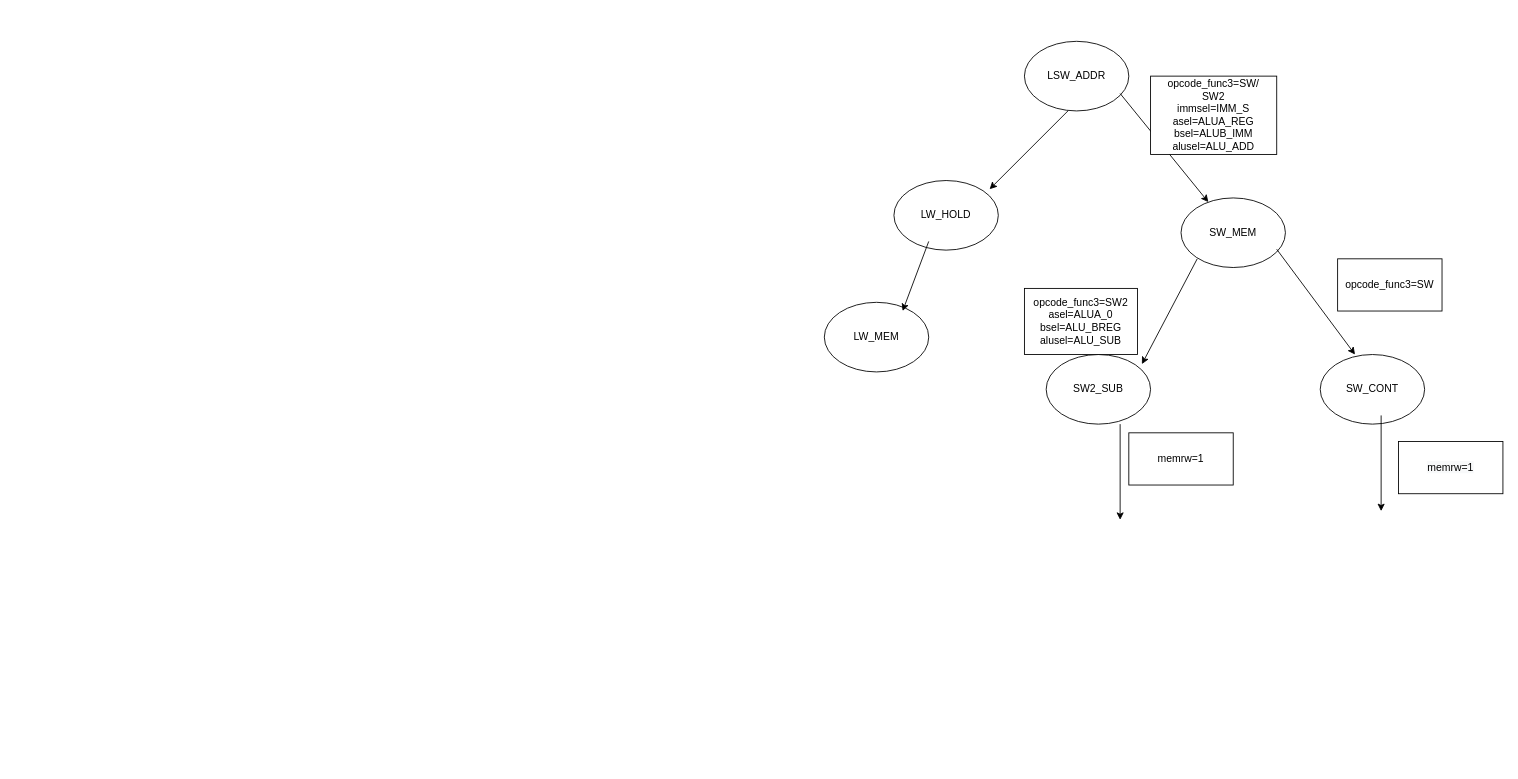
This is Sim3.drawio from yonib98/Sim3, a draw.io file, before an edit. Source tidied: cells renumbered, new cells numbered last; positions are measured from the earlier drawing's top-left corner, leaving out a move shared by most shapes. Both pictures are drawn from the tidied source at 87%, with x=0, y=0 at pixel (824, 41).
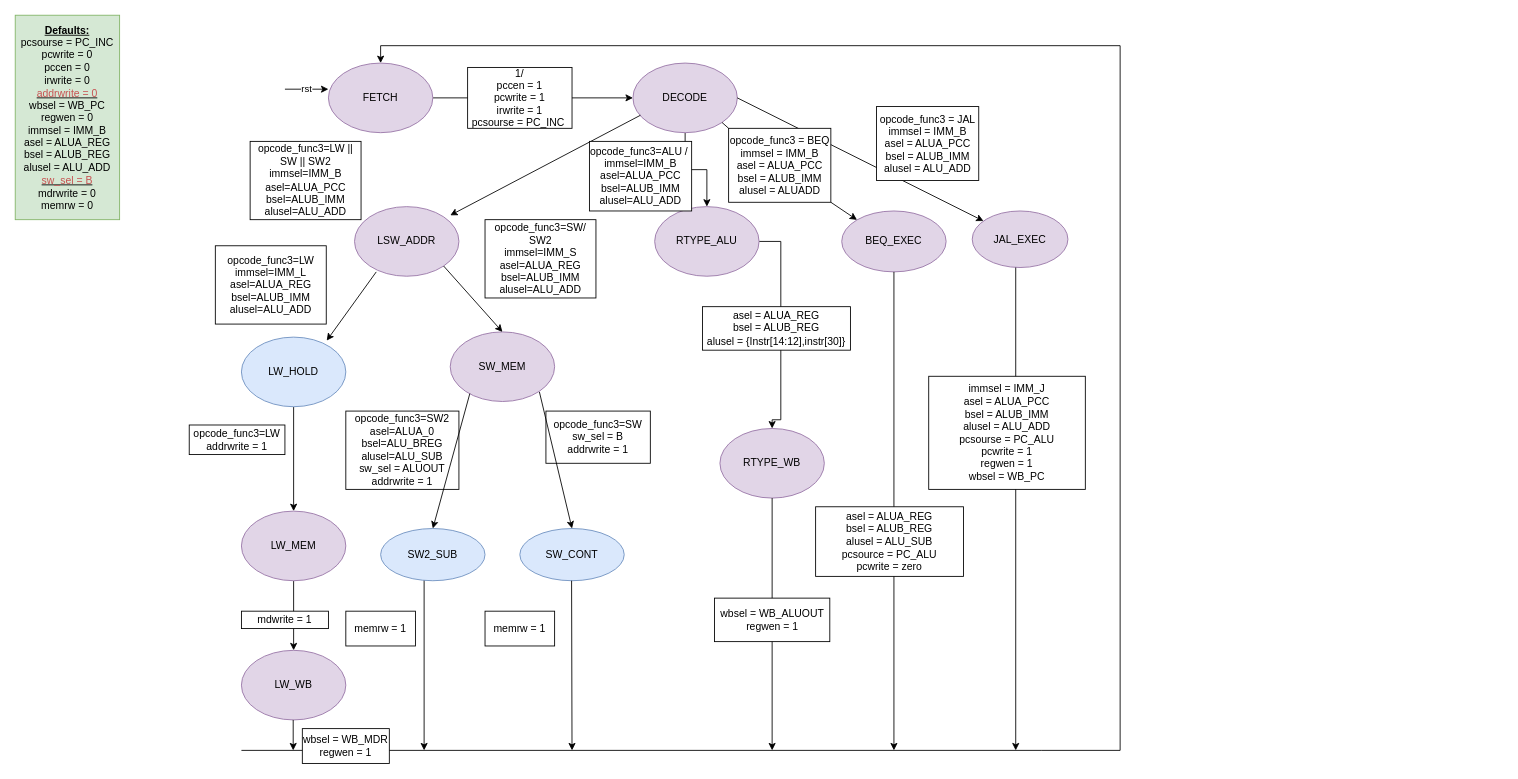
After the change.

What changed in the source:
```diff
@@
-    <mxCell id="2" value="LSW_ADDR" style="ellipse;whiteSpace=wrap;html=1;" parent="1" vertex="1">
-      <mxGeometry x="230" width="120" height="80" as="geometry" />
+    <mxCell id="2" value="LSW_ADDR" style="ellipse;whiteSpace=wrap;html=1;fillColor=#e1d5e7;strokeColor=#9673a6;" parent="1" vertex="1">
+      <mxGeometry x="-540" y="190" width="120" height="80" as="geometry" />
     </mxCell>
-    <mxCell id="3" style="endArrow=classic;html=1;rounded=0;" parent="1" edge="1" target="5">
-      <mxGeometry relative="1" as="geometry">
-        <mxPoint x="340" y="60" as="sourcePoint" />
-      </mxGeometry>
-    </mxCell>
-    <mxCell id="4" style="endArrow=classic;html=1;rounded=0;" parent="1" edge="1">
-      <mxGeometry relative="1" as="geometry">
-        <mxPoint x="280" y="80" as="sourcePoint" />
-        <mxPoint x="190" y="170" as="targetPoint" />
-      </mxGeometry>
+    <mxCell id="4" style="endArrow=classic;html=1;rounded=0;exitX=0.208;exitY=0.938;exitDx=0;exitDy=0;exitPerimeter=0;entryX=0.817;entryY=0.05;entryDx=0;entryDy=0;entryPerimeter=0;" parent="1" edge="1" source="2" target="18">
+      <mxGeometry relative="1" as="geometry" />
     </mxCell>
-    <mxCell id="5" value="SW_MEM" style="ellipse;whiteSpace=wrap;html=1;" parent="1" vertex="1">
-      <mxGeometry x="410" y="180" width="120" height="80" as="geometry" />
+    <mxCell id="5" value="SW_MEM" style="ellipse;whiteSpace=wrap;html=1;fillColor=#e1d5e7;strokeColor=#9673a6;" parent="1" vertex="1">
+      <mxGeometry x="-430" y="334" width="120" height="80" as="geometry" />
     </mxCell>
+    <mxCell id="10" value="opcode_func3=SW2&lt;br&gt;asel=ALUA_0&lt;br&gt;bsel=ALU_BREG&lt;br&gt;alusel=ALU_SUB&lt;br&gt;sw_sel = ALUOUT&lt;br&gt;addrwrite = 1" style="rounded=0;whiteSpace=wrap;html=1;" parent="1" vertex="1">
+      <mxGeometry x="-550" y="425" width="130" height="90" as="geometry" />
+    </mxCell>
+    <mxCell id="13" value="opcode_func3=SW&lt;br&gt;sw_sel = B&lt;br&gt;addrwrite = 1" style="rounded=0;whiteSpace=wrap;html=1;" parent="1" vertex="1">
+      <mxGeometry x="-320" y="425" width="120" height="60" as="geometry" />
+    </mxCell>
+    <mxCell id="16" value="memrw = 1" style="rounded=0;whiteSpace=wrap;html=1;" parent="1" vertex="1">
+      <mxGeometry x="-550" y="655" width="80" height="40" as="geometry" />
+    </mxCell>
+    <mxCell id="20" style="edgeStyle=orthogonalEdgeStyle;rounded=0;jettySize=auto;html=1;" parent="1" edge="1" source="18" target="6">
+      <mxGeometry relative="1" as="geometry" />
+    </mxCell>
+    <mxCell id="18" value="LW_HOLD" style="ellipse;whiteSpace=wrap;html=1;fillColor=#dae8fc;strokeColor=#6c8ebf;" parent="1" vertex="1">
+      <mxGeometry x="-670" y="340" width="120" height="80" as="geometry" />
+    </mxCell>
+    <mxCell id="21" style="edgeStyle=orthogonalEdgeStyle;rounded=0;jettySize=auto;html=1;" parent="1" edge="1" source="22" target="24">
+      <mxGeometry relative="1" as="geometry" />
+    </mxCell>
+    <mxCell id="22" value="FETCH" style="ellipse;whiteSpace=wrap;html=1;fillColor=#e1d5e7;strokeColor=#9673a6;" parent="1" vertex="1">
+      <mxGeometry x="-570" y="25" width="120" height="80" as="geometry" />
+    </mxCell>
+    <mxCell id="23" style="edgeStyle=orthogonalEdgeStyle;rounded=0;jettySize=auto;html=1;" parent="1" edge="1" source="24" target="33">
+      <mxGeometry relative="1" as="geometry" />
+    </mxCell>
+    <mxCell id="24" value="DECODE" style="ellipse;whiteSpace=wrap;html=1;fillColor=#e1d5e7;strokeColor=#9673a6;" parent="1" vertex="1">
+      <mxGeometry x="-220" y="25" width="120" height="80" as="geometry" />
+    </mxCell>
+    <mxCell id="25" style="edgeStyle=orthogonalEdgeStyle;rounded=0;jettySize=auto;html=1;" parent="1" edge="1" source="6" target="43">
+      <mxGeometry relative="1" as="geometry" />
+    </mxCell>
-    <mxCell id="6" value="LW_MEM" style="ellipse;whiteSpace=wrap;html=1;" parent="1" vertex="1">
-      <mxGeometry y="300" width="120" height="80" as="geometry" />
+    <mxCell id="6" value="LW_MEM" style="ellipse;whiteSpace=wrap;html=1;fillColor=#e1d5e7;strokeColor=#9673a6;" parent="1" vertex="1">
+      <mxGeometry x="-670" y="540" width="120" height="80" as="geometry" />
     </mxCell>
-    <mxCell id="7" style="endArrow=classic;html=1;rounded=0;entryX=0.917;entryY=0.138;entryDx=0;entryDy=0;entryPerimeter=0;" parent="1" edge="1" target="8">
-      <mxGeometry relative="1" as="geometry">
-        <mxPoint x="428.6" y="250" as="sourcePoint" />
-      </mxGeometry>
-    </mxCell>
+    <mxCell id="26" style="endArrow=classic;html=1;rounded=0;entryX=0.917;entryY=0.125;entryDx=0;entryDy=0;entryPerimeter=0;" parent="1" edge="1" target="2">
+      <mxGeometry relative="1" as="geometry">
+        <mxPoint x="-211.4" y="85" as="sourcePoint" />
+      </mxGeometry>
+    </mxCell>
+    <mxCell id="27" style="endArrow=classic;html=1;rounded=0;entryX=0.5;entryY=0;entryDx=0;entryDy=0;exitX=1;exitY=1;exitDx=0;exitDy=0;" parent="1" edge="1" source="2" target="5">
+      <mxGeometry relative="1" as="geometry" />
+    </mxCell>
-    <mxCell id="8" value="SW2_SUB" style="ellipse;whiteSpace=wrap;html=1;" parent="1" vertex="1">
-      <mxGeometry x="255" y="360" width="120" height="80" as="geometry" />
+    <mxCell id="8" value="SW2_SUB" style="ellipse;whiteSpace=wrap;html=1;fillColor=#dae8fc;strokeColor=#6c8ebf;gradientColor=none;" parent="1" vertex="1">
+      <mxGeometry x="-510" y="560" width="120" height="60" as="geometry" />
     </mxCell>
+    <mxCell id="12" value="SW_CONT" style="ellipse;whiteSpace=wrap;html=1;fillColor=#dae8fc;strokeColor=#6c8ebf;" parent="1" vertex="1">
+      <mxGeometry x="-350" y="560" width="120" height="60" as="geometry" />
+    </mxCell>
+    <mxCell id="28" style="endArrow=classic;html=1;rounded=0;" parent="1" edge="1">
+      <mxGeometry relative="1" as="geometry">
+        <mxPoint x="-290.5" y="620" as="sourcePoint" />
+        <mxPoint x="-290" y="815" as="targetPoint" />
+      </mxGeometry>
+    </mxCell>
+    <mxCell id="29" style="endArrow=classic;html=1;rounded=0;" parent="1" edge="1">
+      <mxGeometry relative="1" as="geometry">
+        <mxPoint x="-460" y="620" as="sourcePoint" />
+        <mxPoint x="-460" y="815" as="targetPoint" />
+      </mxGeometry>
+    </mxCell>
+    <mxCell id="30" value="memrw = 1" style="rounded=0;whiteSpace=wrap;html=1;" parent="1" vertex="1">
+      <mxGeometry x="-390" y="655" width="80" height="40" as="geometry" />
+    </mxCell>
+    <mxCell id="31" style="endArrow=none;html=1;rounded=0;" parent="1" edge="1">
+      <mxGeometry relative="1" as="geometry">
+        <mxPoint x="-670" y="815" as="sourcePoint" />
+        <mxPoint x="250" y="815" as="targetPoint" />
+      </mxGeometry>
+    </mxCell>
+    <mxCell id="32" style="edgeStyle=orthogonalEdgeStyle;rounded=0;jettySize=auto;html=1;" parent="1" edge="1" source="33" target="39">
+      <mxGeometry relative="1" as="geometry">
+        <Array as="points">
+          <mxPoint x="-50" y="230" />
+          <mxPoint x="-50" y="435" />
+          <mxPoint x="-60" y="435" />
+        </Array>
+      </mxGeometry>
+    </mxCell>
+    <mxCell id="33" value="RTYPE_ALU" style="ellipse;whiteSpace=wrap;html=1;fillColor=#e1d5e7;strokeColor=#9673a6;" parent="1" vertex="1">
+      <mxGeometry x="-195" y="190" width="120" height="80" as="geometry" />
+    </mxCell>
+    <mxCell id="34" value="BEQ_EXEC" style="ellipse;whiteSpace=wrap;html=1;fillColor=#e1d5e7;strokeColor=#9673a6;" parent="1" vertex="1">
+      <mxGeometry x="20" y="195" width="120" height="70" as="geometry" />
+    </mxCell>
     <mxCell id="9" value="opcode_func3=SW/&lt;br&gt;SW2&lt;br&gt;immsel=IMM_S&lt;br&gt;asel=ALUA_REG&lt;br&gt;bsel=ALUB_IMM&lt;br&gt;alusel=ALU_ADD" style="rounded=0;whiteSpace=wrap;html=1;" parent="1" vertex="1">
-      <mxGeometry x="375" y="40" width="145" height="90" as="geometry" />
+      <mxGeometry x="-390" y="205" width="127.5" height="90" as="geometry" />
     </mxCell>
-    <mxCell id="10" value="opcode_func3=SW2&lt;br&gt;asel=ALUA_0&lt;br&gt;bsel=ALU_BREG&lt;br&gt;alusel=ALU_SUB&lt;br&gt;" style="rounded=0;whiteSpace=wrap;html=1;" parent="1" vertex="1">
-      <mxGeometry x="230" y="284" width="130" height="76" as="geometry" />
-    </mxCell>
-    <mxCell id="11" style="endArrow=classic;html=1;rounded=0;" parent="1" edge="1">
-      <mxGeometry relative="1" as="geometry">
-        <mxPoint x="520" y="239" as="sourcePoint" />
-        <mxPoint x="610" y="360" as="targetPoint" />
-      </mxGeometry>
-    </mxCell>
-    <mxCell id="12" value="SW_CONT" style="ellipse;whiteSpace=wrap;html=1;" parent="1" vertex="1">
-      <mxGeometry x="570" y="360" width="120" height="80" as="geometry" />
-    </mxCell>
-    <mxCell id="13" value="opcode_func3=SW&lt;br&gt;" style="rounded=0;whiteSpace=wrap;html=1;" parent="1" vertex="1">
-      <mxGeometry x="590" y="250" width="120" height="60" as="geometry" />
-    </mxCell>
-    <mxCell id="14" style="endArrow=classic;html=1;rounded=0;" parent="1" edge="1">
-      <mxGeometry relative="1" as="geometry">
-        <mxPoint x="340" y="440" as="sourcePoint" />
-        <mxPoint x="340" y="550" as="targetPoint" />
-      </mxGeometry>
-    </mxCell>
-    <mxCell id="15" style="endArrow=classic;html=1;rounded=0;" parent="1" edge="1">
-      <mxGeometry relative="1" as="geometry">
-        <mxPoint x="640" y="430" as="sourcePoint" />
-        <mxPoint x="640" y="540" as="targetPoint" />
-      </mxGeometry>
-    </mxCell>
-    <mxCell id="16" value="memrw=1" style="rounded=0;whiteSpace=wrap;html=1;" parent="1" vertex="1">
-      <mxGeometry x="350" y="450" width="120" height="60" as="geometry" />
-    </mxCell>
-    <mxCell id="17" value="&lt;span style=&quot;color: rgb(0, 0, 0); font-family: helvetica; font-size: 12px; font-style: normal; font-weight: 400; letter-spacing: normal; text-align: center; text-indent: 0px; text-transform: none; word-spacing: 0px; background-color: rgb(248, 249, 250); display: inline; float: none;&quot;&gt;memrw=1&lt;/span&gt;" style="rounded=0;whiteSpace=wrap;html=1;" parent="1" vertex="1">
-      <mxGeometry x="660" y="460" width="120" height="60" as="geometry" />
-    </mxCell>
-    <mxCell id="18" value="LW_HOLD" style="ellipse;whiteSpace=wrap;html=1;" parent="1" vertex="1">
-      <mxGeometry x="80" y="160" width="120" height="80" as="geometry" />
-    </mxCell>
-    <mxCell id="19" style="endArrow=classic;html=1;rounded=0;entryX=0.75;entryY=0.125;entryDx=0;entryDy=0;entryPerimeter=0;" parent="1" edge="1" target="6">
-      <mxGeometry relative="1" as="geometry">
-        <mxPoint x="120" y="230" as="sourcePoint" />
-      </mxGeometry>
-    </mxCell>
+    <mxCell id="35" style="endArrow=classic;html=1;rounded=0;entryX=0;entryY=0;entryDx=0;entryDy=0;exitX=1;exitY=1;exitDx=0;exitDy=0;startArrow=none;" parent="1" edge="1" source="58" target="34">
+      <mxGeometry relative="1" as="geometry" />
+    </mxCell>
+    <mxCell id="36" value="JAL_EXEC" style="ellipse;whiteSpace=wrap;html=1;fillColor=#e1d5e7;strokeColor=#9673a6;" parent="1" vertex="1">
+      <mxGeometry x="170" y="195" width="110" height="65" as="geometry" />
+    </mxCell>
+    <mxCell id="37" style="endArrow=classic;html=1;rounded=0;entryX=0.5;entryY=0;entryDx=0;entryDy=0;" parent="1" edge="1" target="8">
+      <mxGeometry relative="1" as="geometry">
+        <mxPoint x="-407.5" y="405" as="sourcePoint" />
+      </mxGeometry>
+    </mxCell>
+    <mxCell id="38" style="endArrow=classic;html=1;rounded=0;entryX=0.5;entryY=0;entryDx=0;entryDy=0;" parent="1" edge="1" target="12">
+      <mxGeometry relative="1" as="geometry">
+        <mxPoint x="-327.5" y="403" as="sourcePoint" />
+      </mxGeometry>
+    </mxCell>
+    <mxCell id="39" value="RTYPE_WB" style="ellipse;whiteSpace=wrap;html=1;fillColor=#e1d5e7;strokeColor=#9673a6;" parent="1" vertex="1">
+      <mxGeometry x="-120" y="445" width="120" height="80" as="geometry" />
+    </mxCell>
+    <mxCell id="40" style="endArrow=classic;html=1;rounded=0;exitX=0.5;exitY=1;exitDx=0;exitDy=0;" parent="1" edge="1" source="34">
+      <mxGeometry relative="1" as="geometry">
+        <mxPoint x="80" y="815" as="targetPoint" />
+      </mxGeometry>
+    </mxCell>
+    <mxCell id="41" style="endArrow=classic;html=1;rounded=0;exitX=1;exitY=1;exitDx=0;exitDy=0;" parent="1" edge="1" target="36">
+      <mxGeometry relative="1" as="geometry">
+        <mxPoint x="-100" y="65" as="sourcePoint" />
+      </mxGeometry>
+    </mxCell>
+    <mxCell id="42" style="endArrow=classic;html=1;rounded=0;exitX=1;exitY=1;exitDx=0;exitDy=0;" parent="1" edge="1">
+      <mxGeometry relative="1" as="geometry">
+        <mxPoint x="220" y="260" as="sourcePoint" />
+        <mxPoint x="220" y="815" as="targetPoint" />
+      </mxGeometry>
+    </mxCell>
+    <mxCell id="43" value="LW_WB" style="ellipse;whiteSpace=wrap;html=1;strokeColor=#9673a6;fillColor=#e1d5e7;" parent="1" vertex="1">
+      <mxGeometry x="-670" y="700" width="120" height="80" as="geometry" />
+    </mxCell>
+    <mxCell id="44" style="endArrow=classic;html=1;rounded=0;" parent="1" edge="1">
+      <mxGeometry relative="1" as="geometry">
+        <mxPoint x="-610.5" y="780" as="sourcePoint" />
+        <mxPoint x="-610.5" y="815" as="targetPoint" />
+      </mxGeometry>
+    </mxCell>
+    <mxCell id="45" style="endArrow=classic;html=1;rounded=0;" parent="1" edge="1">
+      <mxGeometry relative="1" as="geometry">
+        <mxPoint x="-60" y="525" as="sourcePoint" />
+        <mxPoint x="-60" y="815" as="targetPoint" />
+      </mxGeometry>
+    </mxCell>
+    <mxCell id="46" style="endArrow=none;html=1;rounded=0;" parent="1" edge="1">
+      <mxGeometry relative="1" as="geometry">
+        <mxPoint x="250" y="815" as="sourcePoint" />
+        <mxPoint x="340" y="815" as="targetPoint" />
+      </mxGeometry>
+    </mxCell>
+    <mxCell id="47" style="endArrow=none;html=1;rounded=0;" parent="1" edge="1">
+      <mxGeometry relative="1" as="geometry">
+        <mxPoint x="340" y="815" as="sourcePoint" />
+        <mxPoint x="340" y="5" as="targetPoint" />
+      </mxGeometry>
+    </mxCell>
+    <mxCell id="48" style="endArrow=none;html=1;rounded=0;" parent="1" edge="1">
+      <mxGeometry relative="1" as="geometry">
+        <mxPoint x="-510" y="5" as="sourcePoint" />
+        <mxPoint x="340" y="5" as="targetPoint" />
+      </mxGeometry>
+    </mxCell>
+    <mxCell id="49" style="endArrow=classic;html=1;rounded=0;entryX=0.5;entryY=0;entryDx=0;entryDy=0;" parent="1" edge="1" target="22">
+      <mxGeometry relative="1" as="geometry">
+        <mxPoint x="-510" y="5" as="sourcePoint" />
+      </mxGeometry>
+    </mxCell>
+    <mxCell id="50" value="rst&lt;br&gt;" style="endArrow=classic;html=1;rounded=0;" parent="1" edge="1">
+      <mxGeometry relative="1" as="geometry">
+        <mxPoint x="-620" y="55" as="sourcePoint" />
+        <mxPoint x="-570" y="55" as="targetPoint" />
+      </mxGeometry>
+    </mxCell>
+    <mxCell id="51" value="1/&lt;br&gt;pccen = 1&lt;br&gt;pcwrite = 1&lt;br&gt;irwrite = 1&lt;br&gt;pcsourse = PC_INC&amp;nbsp;" style="rounded=0;whiteSpace=wrap;html=1;" parent="1" vertex="1">
+      <mxGeometry x="-410" y="30" width="120" height="70" as="geometry" />
+    </mxCell>
+    <mxCell id="52" value="opcode_func3=ALU /&amp;nbsp;&lt;br&gt;immsel=IMM_B&lt;br&gt;asel=ALUA_PCC&lt;br&gt;bsel=ALUB_IMM&lt;br&gt;alusel=ALU_ADD" style="rounded=0;whiteSpace=wrap;html=1;" parent="1" vertex="1">
+      <mxGeometry x="-270" y="115" width="117.5" height="80" as="geometry" />
+    </mxCell>
+    <mxCell id="53" value="opcode_func3=LW || SW || SW2&lt;br&gt;immsel=IMM_B&lt;br&gt;asel=ALUA_PCC&lt;br&gt;bsel=ALUB_IMM&lt;br&gt;alusel=ALU_ADD" style="rounded=0;whiteSpace=wrap;html=1;" parent="1" vertex="1">
+      <mxGeometry x="-660" y="115" width="127.5" height="90" as="geometry" />
+    </mxCell>
+    <mxCell id="54" value="opcode_func3=LW&lt;br&gt;immsel=IMM_L&lt;br&gt;asel=ALUA_REG&lt;br&gt;bsel=ALUB_IMM&lt;br&gt;alusel=ALU_ADD" style="rounded=0;whiteSpace=wrap;html=1;" parent="1" vertex="1">
+      <mxGeometry x="-700" y="235" width="127.5" height="90" as="geometry" />
+    </mxCell>
+    <mxCell id="55" value="mdwrite = 1" style="rounded=0;whiteSpace=wrap;html=1;" parent="1" vertex="1">
+      <mxGeometry x="-670" y="655" width="100" height="20" as="geometry" />
+    </mxCell>
+    <mxCell id="56" value="asel = ALUA_REG&lt;br&gt;bsel = ALUB_REG&lt;br&gt;alusel = {Instr[14:12],instr[30]}" style="rounded=0;whiteSpace=wrap;html=1;" parent="1" vertex="1">
+      <mxGeometry x="-140" y="305" width="170" height="50" as="geometry" />
+    </mxCell>
+    <mxCell id="57" value="wbsel = WB_ALUOUT regwen = 1" style="rounded=0;whiteSpace=wrap;html=1;" parent="1" vertex="1">
+      <mxGeometry x="-126.2" y="640" width="132.5" height="50" as="geometry" />
+    </mxCell>
+    <mxCell id="58" value="opcode_func3 = BEQ&lt;br&gt;immsel = IMM_B&lt;br&gt;asel = ALUA_PCC&lt;br&gt;bsel = ALUB_IMM&lt;br&gt;alusel = ALUADD" style="rounded=0;whiteSpace=wrap;html=1;" parent="1" vertex="1">
+      <mxGeometry x="-110" y="100" width="117.5" height="85" as="geometry" />
+    </mxCell>
+    <mxCell id="59" style="endArrow=none;html=1;rounded=0;entryX=0;entryY=0;entryDx=0;entryDy=0;exitX=1;exitY=1;exitDx=0;exitDy=0;" parent="1" edge="1" source="24" target="58">
+      <mxGeometry relative="1" as="geometry" />
+    </mxCell>
+    <mxCell id="60" value="opcode_func3 = JAL&lt;br&gt;immsel = IMM_B&lt;br&gt;asel = ALUA_PCC&lt;br&gt;bsel = ALUB_IMM&lt;br&gt;alusel = ALU_ADD" style="rounded=0;whiteSpace=wrap;html=1;" parent="1" vertex="1">
+      <mxGeometry x="60" y="75" width="117.5" height="85" as="geometry" />
+    </mxCell>
+    <mxCell id="61" value="asel = ALUA_REG&lt;br&gt;bsel = ALUB_REG&lt;br&gt;alusel = ALU_SUB&lt;br&gt;pcsource = PC_ALU&lt;br&gt;pcwrite = zero" style="rounded=0;whiteSpace=wrap;html=1;" parent="1" vertex="1">
+      <mxGeometry x="-10" y="535" width="170" height="80" as="geometry" />
+    </mxCell>
+    <mxCell id="62" value="immsel = IMM_J&lt;br&gt;asel = ALUA_PCC&lt;br&gt;bsel = ALUB_IMM&lt;br&gt;alusel = ALU_ADD&lt;br&gt;pcsourse = PC_ALU&lt;br&gt;pcwrite = 1&lt;br&gt;regwen = 1&lt;br&gt;wbsel = WB_PC" style="rounded=0;whiteSpace=wrap;html=1;" parent="1" vertex="1">
+      <mxGeometry x="120" y="385" width="180" height="130" as="geometry" />
+    </mxCell>
+    <mxCell id="63" value="opcode_func3=LW&lt;br&gt;addrwrite = 1" style="rounded=0;whiteSpace=wrap;html=1;" parent="1" vertex="1">
+      <mxGeometry x="-730" y="441" width="110" height="34" as="geometry" />
+    </mxCell>
+    <mxCell id="64" value="&lt;b&gt;&lt;u&gt;Defaults:&lt;br&gt;&lt;/u&gt;&lt;/b&gt;pcsourse = PC_INC&lt;br&gt;pcwrite = 0&lt;br&gt;pccen = 0&lt;br&gt;irwrite = 0&lt;br&gt;&lt;u&gt;&lt;font color=&quot;#c75252&quot;&gt;addrwrite = 0&lt;/font&gt;&lt;/u&gt;&lt;br&gt;wbsel = WB_PC&lt;br&gt;regwen = 0&lt;br&gt;immsel = IMM_B&lt;br&gt;asel = ALUA_REG&lt;br&gt;bsel = ALUB_REG&lt;br&gt;alusel = ALU_ADD&lt;br&gt;&lt;u&gt;&lt;font color=&quot;#c75252&quot;&gt;sw_sel = B&lt;/font&gt;&lt;/u&gt;&lt;br&gt;mdrwrite = 0&lt;br&gt;memrw = 0" style="rounded=0;whiteSpace=wrap;html=1;fillColor=#d5e8d4;strokeColor=#82b366;" parent="1" vertex="1">
+      <mxGeometry x="-930" y="-30" width="120" height="235" as="geometry" />
+    </mxCell>
+    <mxCell id="65" value="&lt;font color=&quot;#000000&quot;&gt;wbsel = WB_MDR&lt;br&gt;regwen = 1&lt;br&gt;&lt;/font&gt;" style="rounded=0;whiteSpace=wrap;html=1;fontColor=#C75252;gradientColor=none;" parent="1" vertex="1">
+      <mxGeometry x="-600" y="790" width="100" height="40" as="geometry" />
+    </mxCell>
```
